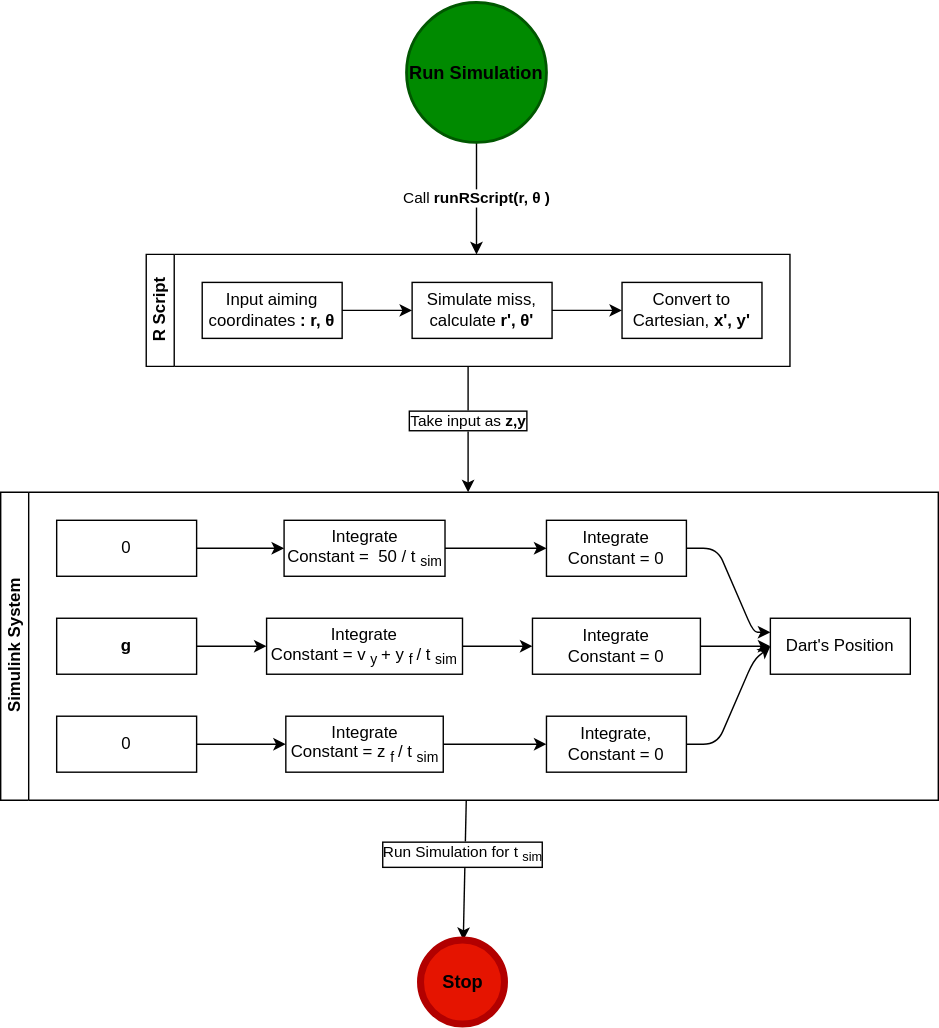
The draw.io diagram img/projFlow.drawio.svg in ojaroker/Darts, before a commit. Source tidied: cells renumbered, new cells last; positions are measured from the earlier drawing's top-left corner, leaving out a move shared by most shapes.
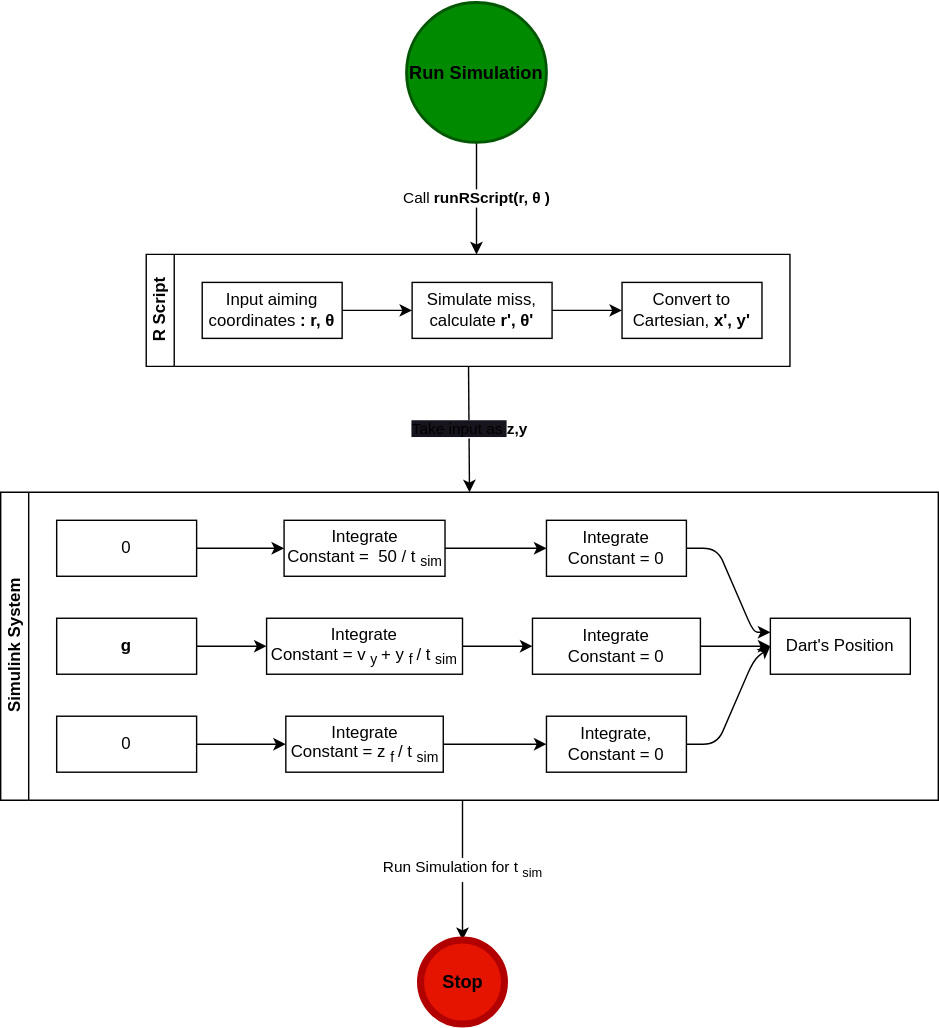
Later version of the same file.

What changed in the source:
```diff
@@ -10,15 +10,8 @@
     <mxCell id="3" value="&lt;font size=&quot;1&quot; color=&quot;#000000&quot;&gt;&lt;b style=&quot;font-size: 13px;&quot;&gt;Run Simulation&lt;/b&gt;&lt;/font&gt;" style="strokeWidth=2;html=1;shape=mxgraph.flowchart.start_2;whiteSpace=wrap;fillColor=#008a00;fontColor=#ffffff;strokeColor=#005700;" parent="1" vertex="1">
       <mxGeometry x="290" width="100" height="100" as="geometry" />
     </mxCell>
-    <mxCell id="4" style="edgeStyle=none;html=1;fontSize=11;fontColor=#000000;" parent="1" edge="1" source="6">
-      <mxGeometry relative="1" as="geometry">
-        <mxPoint x="334" y="350" as="targetPoint" />
-      </mxGeometry>
-    </mxCell>
-    <mxCell id="5" value="Take input as &lt;b&gt;z,y&lt;/b&gt;" style="edgeLabel;html=1;align=center;verticalAlign=middle;fontColor=#000000;labelBackgroundColor=#FFFFFF;labelBorderColor=default;" parent="4" vertex="1">
-      <mxGeometry x="0.27" relative="1" as="geometry">
-        <mxPoint y="-18" as="offset" />
-      </mxGeometry>
+    <mxCell id="5" value="&lt;span style=&quot;color: rgb(0, 0, 0); font-family: Helvetica; font-size: 11px; font-style: normal; font-variant-ligatures: normal; font-variant-caps: normal; font-weight: 400; letter-spacing: normal; orphans: 2; text-align: center; text-indent: 0px; text-transform: none; widows: 2; word-spacing: 0px; -webkit-text-stroke-width: 0px; background-color: rgb(24, 20, 29); text-decoration-thickness: initial; text-decoration-style: initial; text-decoration-color: initial; float: none; display: inline !important;&quot;&gt;Take input as&lt;span&gt;&amp;nbsp;&lt;/span&gt;&lt;/span&gt;&lt;b style=&quot;border-color: rgb(0, 0, 0); color: rgb(0, 0, 0); font-family: Helvetica; font-size: 11px; font-style: normal; font-variant-ligatures: normal; font-variant-caps: normal; letter-spacing: normal; orphans: 2; text-align: center; text-indent: 0px; text-transform: none; widows: 2; word-spacing: 0px; -webkit-text-stroke-width: 0px; text-decoration-thickness: initial; text-decoration-style: initial; text-decoration-color: initial;&quot;&gt;z,y&lt;/b&gt;" style="edgeStyle=none;html=1;fontColor=#000000;entryX=0.5;entryY=0;entryDx=0;entryDy=0;" parent="1" edge="1" source="6" target="14">
+      <mxGeometry relative="1" as="geometry" />
     </mxCell>
     <mxCell id="6" value="R Script" style="swimlane;html=1;startSize=20;horizontal=0;flowOrientation=west;interRankCellSpacing=50;containerType=tree;fontSize=12;" parent="1" vertex="1">
       <mxGeometry x="104" y="180" width="460" height="80" as="geometry" />
@@ -48,11 +41,10 @@
     <mxCell id="11" value="Convert to Cartesian, &lt;b&gt;x', y'&lt;/b&gt;" style="whiteSpace=wrap;html=1;align=center;" parent="6" vertex="1">
       <mxGeometry x="340" y="20" width="100" height="40" as="geometry" />
     </mxCell>
-    <mxCell id="12" style="edgeStyle=none;html=1;fontSize=13;fontColor=#FFFFFF;" parent="1" edge="1" source="14" target="44">
-      <mxGeometry relative="1" as="geometry" />
-    </mxCell>
-    <mxCell id="13" value="Run Simulation for t&lt;sub&gt;sim&lt;/sub&gt;" style="edgeLabel;html=1;align=center;verticalAlign=middle;fontColor=#000000;labelBackgroundColor=#FFFFFF;labelBorderColor=default;" parent="12" vertex="1">
-      <mxGeometry x="-0.24" y="-2" relative="1" as="geometry" />
+    <mxCell id="13" value="&lt;span style=&quot;color: rgb(0, 0, 0); font-family: Helvetica; font-size: 11px; font-style: normal; font-variant-ligatures: normal; font-variant-caps: normal; font-weight: 400; letter-spacing: normal; orphans: 2; text-align: center; text-indent: 0px; text-transform: none; widows: 2; word-spacing: 0px; -webkit-text-stroke-width: 0px; background-color: rgb(255, 255, 255); text-decoration-thickness: initial; text-decoration-style: initial; text-decoration-color: initial; float: none; display: inline !important;&quot;&gt;Run Simulation for t&lt;/span&gt;&lt;sub style=&quot;border-color: rgb(0, 0, 0); color: rgb(0, 0, 0); font-family: Helvetica; font-style: normal; font-variant-ligatures: normal; font-variant-caps: normal; font-weight: 400; letter-spacing: normal; orphans: 2; text-align: center; text-indent: 0px; text-transform: none; widows: 2; word-spacing: 0px; -webkit-text-stroke-width: 0px; text-decoration-thickness: initial; text-decoration-style: initial; text-decoration-color: initial;&quot;&gt;sim&lt;/sub&gt;" style="edgeStyle=none;html=1;fontColor=#000000;" parent="1" edge="1" target="44">
+      <mxGeometry relative="1" as="geometry">
+        <mxPoint x="330" y="570" as="sourcePoint" />
+      </mxGeometry>
     </mxCell>
     <mxCell id="14" value="Simulink System" style="swimlane;html=1;startSize=20;horizontal=0;flowOrientation=west;interRankCellSpacing=50;containerType=tree;fontSize=12;" parent="1" vertex="1">
       <mxGeometry y="350" width="670" height="220" as="geometry" />
```
